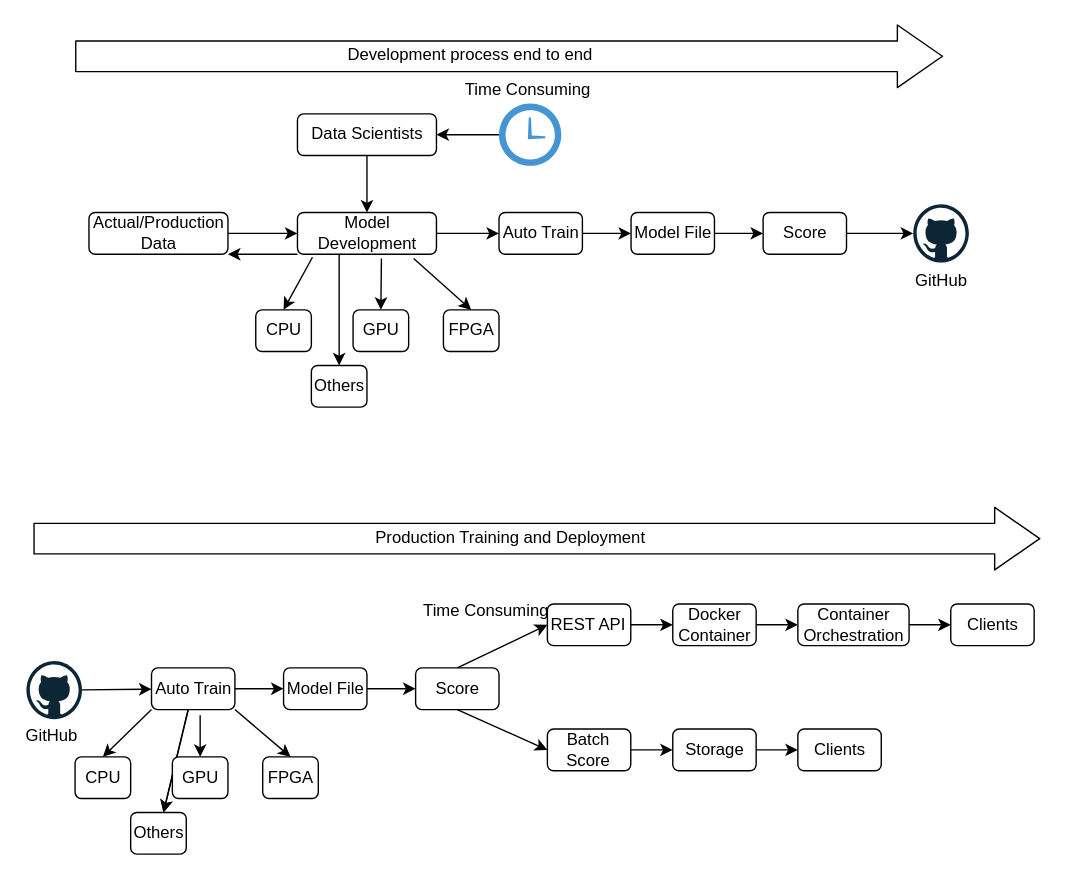
Earlier version of the draw.io diagram page "Page-1" (1 of 3) of DataScience/mldevops.drawio (balakreshnan/Samples2021). Source tidied: cells renumbered, new cells numbered last; positions are measured from the earlier drawing's top-left corner, leaving out a move shared by most shapes. Both pictures are drawn from the tidied source at 139%, with x=0, y=0 at pixel (22, 40). Pictures stored in the file or linked from it are replaced by grey dashed boxes.
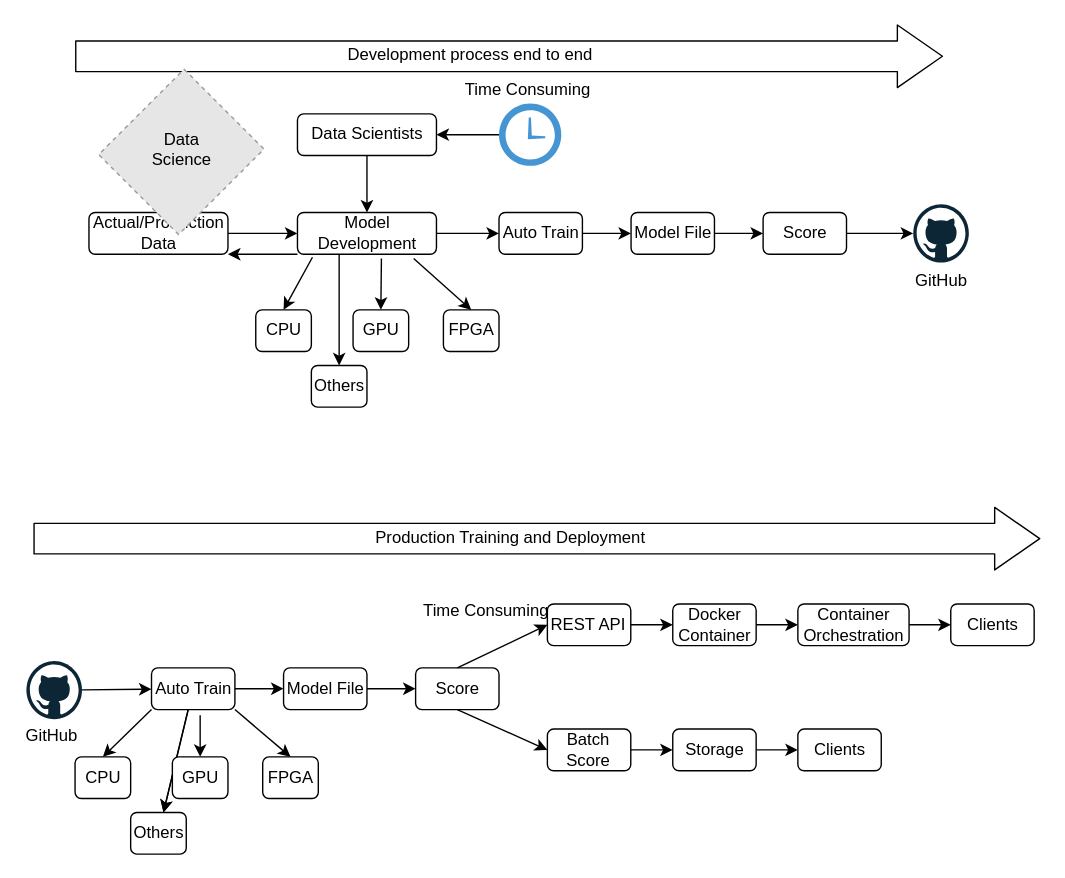
The same diagram, later.

Change to the diagram source:
```diff
@@
+    <mxCell id="64" style="fillColor=#E6E6E6;strokeColor=#999999;dashed=1;verticalLabelPosition=bottom;labelBackgroundColor=#ffffff;verticalAlign=top;rotation=45;" parent="1" vertex="1">
+      <mxGeometry x="73.3" y="36.3" width="81.3" height="86.9" as="geometry" />
+    </mxCell>
+    <mxCell id="65" value="Data Science" style="text;html=1;strokeColor=none;fillColor=none;align=center;verticalAlign=middle;whiteSpace=wrap;rounded=0;" parent="1" vertex="1">
+      <mxGeometry x="93.6" y="65.8" width="40.5" height="23.9" as="geometry" />
+    </mxCell>
```
